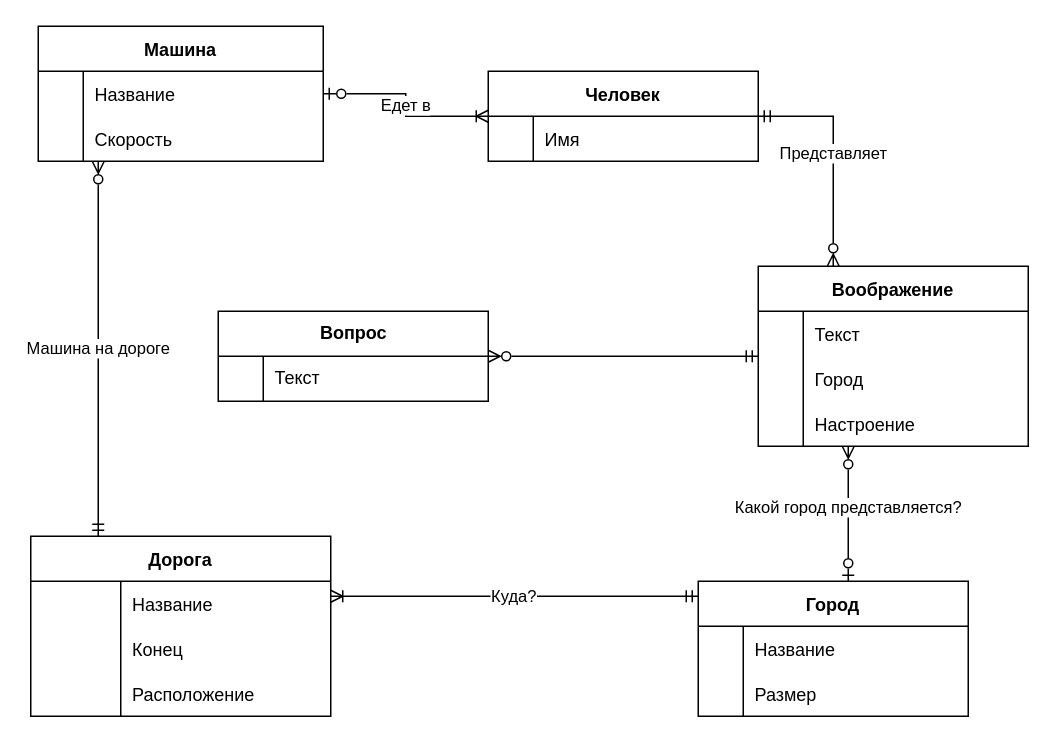
Azat2202/BD_lab3 keeps this draw.io diagram as Infologic.drawio. Above is the earlier version. Source tidied: cells renumbered, new cells numbered last; positions are measured from the earlier drawing's top-left corner, leaving out a move shared by most shapes. Both pictures are drawn from the tidied source at 150%, with x=0, y=0 at pixel (30, 26).
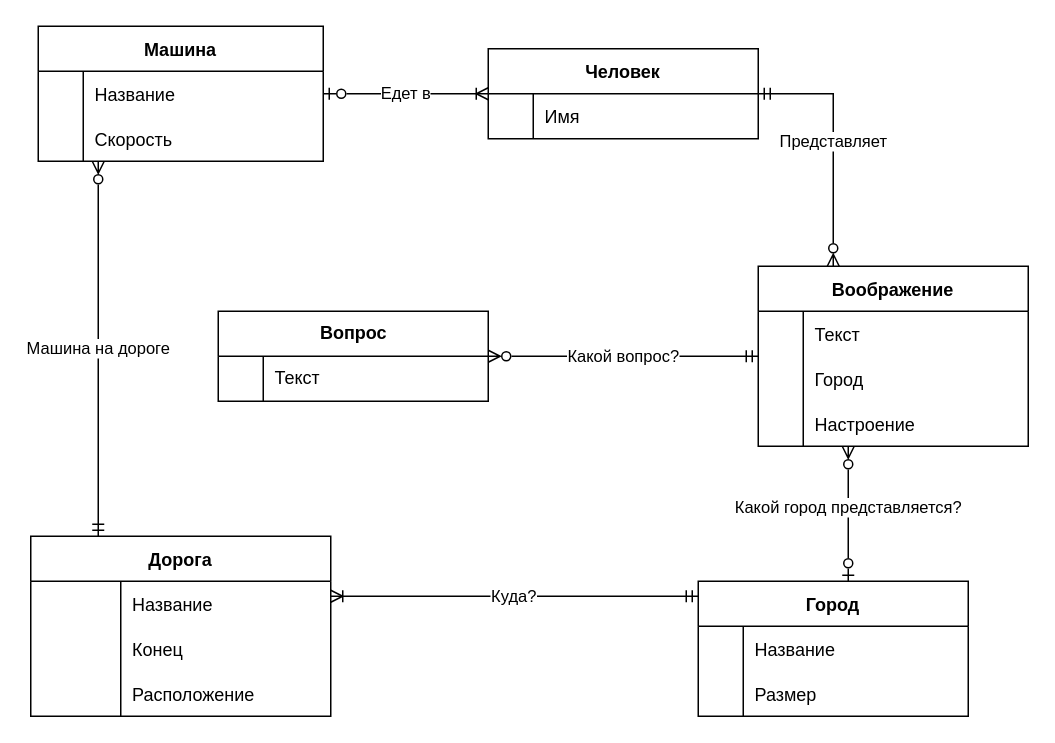
The same page after the edit.

The change refers to these unchanged cells:
```xml
<mxCell id="22" value="Воображение" style="shape=table;startSize=30;childLayout=tableLayout;rowLines=0;fontStyle=1;align=center;" parent="1" vertex="1">
  <mxGeometry x="485" y="160" width="180" height="120" as="geometry" />
</mxCell>
<mxCell id="46" value="Вопрос" style="shape=table;startSize=30;childLayout=tableLayout;rowLines=0;fontStyle=1;align=center;html=1;" parent="1" vertex="1">
  <mxGeometry x="125" y="190" width="180" height="60" as="geometry" />
</mxCell>
```

What changed in the source:
```diff
@@
     <mxCell id="17" value="Человек" style="shape=table;startSize=30;childLayout=tableLayout;rowLines=0;fontStyle=1;align=center;" parent="1" vertex="1">
-      <mxGeometry x="305" y="30" width="180" height="60" as="geometry" />
+      <mxGeometry x="305" y="15" width="180" height="60" as="geometry" />
     </mxCell>
@@
-    <mxCell id="21" style="edgeStyle=orthogonalEdgeStyle;rounded=0;jettySize=auto;html=1;startArrow=ERmandOne;startFill=0;endArrow=ERzeroToMany;endFill=0;" parent="1" edge="1" source="22" target="46">
+    <mxCell id="21" value="Какой вопрос?" style="edgeStyle=orthogonalEdgeStyle;rounded=0;jettySize=auto;html=1;startArrow=ERmandOne;startFill=0;endArrow=ERzeroToMany;endFill=0;" parent="1" edge="1" source="22" target="46">
       <mxGeometry relative="1" as="geometry" />
     </mxCell>
```
